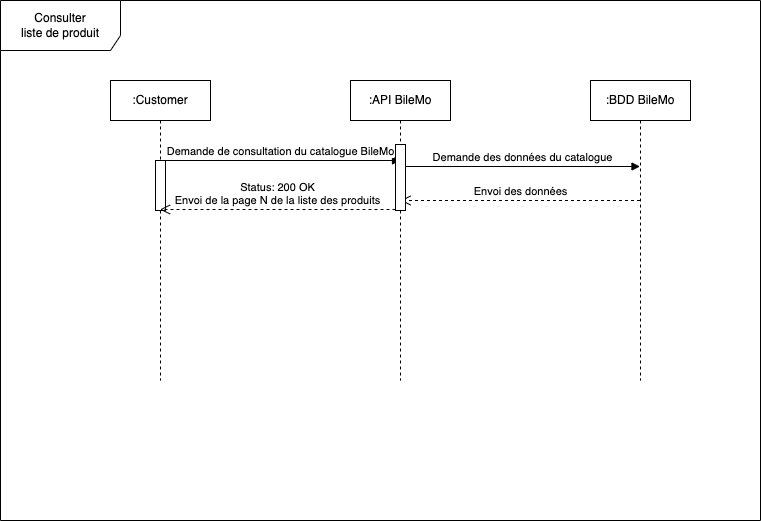
Earlier version of the draw.io export _UML/D.sq_consultation_liste_de_produit_BileMo.drawio.png (Fossette7/bilemo). Source tidied: cells renumbered, new cells last; positions are measured from the earlier drawing's top-left corner, leaving out a move shared by most shapes.
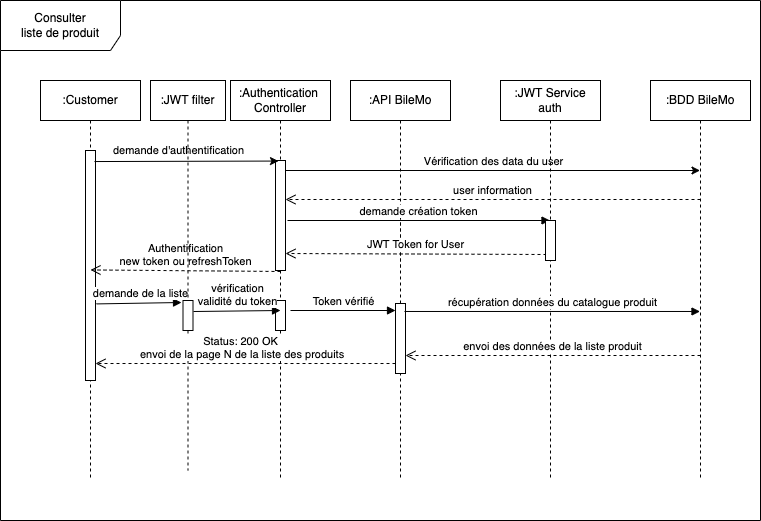
Above is the later version.

What changed in the source:
```diff
@@ -6,45 +6,113 @@
       <mxGeometry width="760" height="520" as="geometry" />
     </mxCell>
     <mxCell id="3" value=":Customer" style="shape=umlLifeline;perimeter=lifelinePerimeter;whiteSpace=wrap;html=1;outlineConnect=0;" parent="1" vertex="1">
-      <mxGeometry x="110" y="80" width="100" height="300" as="geometry" />
+      <mxGeometry x="40" y="80" width="100" height="400" as="geometry" />
     </mxCell>
     <mxCell id="4" style="html=1;points=[];perimeter=orthogonalPerimeter;" parent="3" vertex="1">
-      <mxGeometry x="45" y="80" width="10" height="50" as="geometry" />
+      <mxGeometry x="45" y="70" width="10" height="230" as="geometry" />
     </mxCell>
+    <mxCell id="13" value="demande de la liste" style="html=1;verticalAlign=bottom;endArrow=block;rounded=0;exitX=1.1;exitY=0.667;exitDx=0;exitDy=0;exitPerimeter=0;" parent="3" edge="1">
+      <mxGeometry x="0.04" y="1" relative="1" as="geometry">
+        <mxPoint x="56" y="223.4" as="sourcePoint" />
+        <mxPoint x="141" y="222" as="targetPoint" />
+      </mxGeometry>
+    </mxCell>
     <mxCell id="5" value=":API BileMo" style="shape=umlLifeline;perimeter=lifelinePerimeter;whiteSpace=wrap;html=1;" parent="1" vertex="1">
-      <mxGeometry x="350" y="80" width="100" height="300" as="geometry" />
+      <mxGeometry x="350" y="80" width="100" height="400" as="geometry" />
     </mxCell>
-    <mxCell id="6" value="Demande des données du catalogue" style="html=1;verticalAlign=bottom;endArrow=block;rounded=0;" parent="5" edge="1" source="11">
-      <mxGeometry relative="1" as="geometry">
-        <mxPoint x="289.5" y="86" as="targetPoint" />
-      </mxGeometry>
-    </mxCell>
-    <mxCell id="7" value="Envoi des données" style="html=1;verticalAlign=bottom;endArrow=open;dashed=1;endSize=8;rounded=0;" parent="5" edge="1" source="8">
-      <mxGeometry relative="1" as="geometry">
-        <mxPoint x="50" y="120" as="targetPoint" />
-      </mxGeometry>
-    </mxCell>
+    <mxCell id="14" style="html=1;points=[];perimeter=orthogonalPerimeter;" parent="5" vertex="1">
+      <mxGeometry x="45" y="223" width="10" height="70" as="geometry" />
+    </mxCell>
     <mxCell id="8" value=":BDD BileMo" style="shape=umlLifeline;perimeter=lifelinePerimeter;whiteSpace=wrap;html=1;outlineConnect=0;" parent="1" vertex="1">
-      <mxGeometry x="590" y="80" width="100" height="300" as="geometry" />
+      <mxGeometry x="650" y="80" width="100" height="400" as="geometry" />
     </mxCell>
-    <mxCell id="9" value="Demande de consultation du catalogue BileMo" style="html=1;verticalAlign=bottom;endArrow=block;rounded=0;" parent="1" edge="1" source="3">
-      <mxGeometry relative="1" as="geometry">
-        <mxPoint x="400" y="160" as="targetPoint" />
-      </mxGeometry>
-    </mxCell>
-    <mxCell id="10" value="Status: 200 OK&lt;br&gt;Envoi de la page N de la liste des produits" style="html=1;verticalAlign=bottom;endArrow=open;dashed=1;endSize=8;rounded=0;startArrow=none;" parent="1" edge="1">
-      <mxGeometry relative="1" as="geometry">
-        <mxPoint x="395" y="209" as="sourcePoint" />
-        <mxPoint x="159.5" y="209" as="targetPoint" />
-      </mxGeometry>
-    </mxCell>
-    <mxCell id="11" style="html=1;points=[];perimeter=orthogonalPerimeter;" parent="1" vertex="1">
-      <mxGeometry x="395" y="144" width="10" height="66" as="geometry" />
-    </mxCell>
-    <mxCell id="12" style="html=1;verticalAlign=bottom;endArrow=none;dashed=1;endSize=8;rounded=0;" parent="1" edge="1" target="11">
+    <mxCell id="12" style="html=1;verticalAlign=bottom;endArrow=none;dashed=1;endSize=8;rounded=0;" parent="1" edge="1">
       <mxGeometry relative="1" as="geometry">
         <mxPoint x="400" y="210" as="sourcePoint" />
+        <mxPoint x="400" y="270" as="targetPoint" />
       </mxGeometry>
     </mxCell>
+    <mxCell id="15" value=":Authentication&amp;nbsp;&lt;br&gt;Controller" style="shape=umlLifeline;perimeter=lifelinePerimeter;whiteSpace=wrap;html=1;" parent="1" vertex="1">
+      <mxGeometry x="230" y="80" width="100" height="400" as="geometry" />
+    </mxCell>
+    <mxCell id="16" style="html=1;points=[];perimeter=orthogonalPerimeter;" parent="15" vertex="1">
+      <mxGeometry x="45" y="80" width="10" height="110" as="geometry" />
+    </mxCell>
+    <mxCell id="17" style="endArrow=classic;html=1;rounded=0;" parent="15" edge="1" target="8">
+      <mxGeometry relative="1" as="geometry">
+        <mxPoint x="55" y="90" as="sourcePoint" />
+      </mxGeometry>
+    </mxCell>
+    <mxCell id="18" value="Vérification des data du user" style="edgeLabel;html=1;align=center;verticalAlign=middle;" parent="17" vertex="1">
+      <mxGeometry relative="1" as="geometry">
+        <mxPoint y="-10" as="offset" />
+      </mxGeometry>
+    </mxCell>
+    <mxCell id="19" value="demande création token" style="html=1;verticalAlign=bottom;endArrow=block;rounded=0;" parent="15" edge="1" target="23">
+      <mxGeometry relative="1" as="geometry">
+        <mxPoint x="57" y="140" as="sourcePoint" />
+      </mxGeometry>
+    </mxCell>
+    <mxCell id="20" value="JWT Token for User" style="html=1;verticalAlign=bottom;endArrow=open;dashed=1;endSize=8;rounded=0;exitX=0.1;exitY=0.85;exitDx=0;exitDy=0;exitPerimeter=0;" parent="15" edge="1" source="24">
+      <mxGeometry relative="1" as="geometry">
+        <mxPoint x="55" y="173" as="targetPoint" />
+      </mxGeometry>
+    </mxCell>
+    <mxCell id="21" style="html=1;points=[];perimeter=orthogonalPerimeter;" parent="15" vertex="1">
+      <mxGeometry x="45" y="220" width="10" height="30" as="geometry" />
+    </mxCell>
+    <mxCell id="22" value="Token vérifié" style="html=1;verticalAlign=bottom;endArrow=block;rounded=0;entryX=0;entryY=0.1;entryDx=0;entryDy=0;entryPerimeter=0;" parent="15" edge="1" target="14">
+      <mxGeometry relative="1" as="geometry">
+        <mxPoint x="60" y="230" as="sourcePoint" />
+      </mxGeometry>
+    </mxCell>
+    <mxCell id="23" value=":JWT Service&lt;br&gt;auth" style="shape=umlLifeline;perimeter=lifelinePerimeter;whiteSpace=wrap;html=1;outlineConnect=0;" parent="1" vertex="1">
+      <mxGeometry x="500" y="80" width="100" height="400" as="geometry" />
+    </mxCell>
+    <mxCell id="24" style="html=1;points=[];perimeter=orthogonalPerimeter;" parent="23" vertex="1">
+      <mxGeometry x="45" y="140" width="10" height="40" as="geometry" />
+    </mxCell>
+    <mxCell id="25" style="endArrow=classic;html=1;rounded=0;entryX=0.3;entryY=0.005;entryDx=0;entryDy=0;entryPerimeter=0;exitX=0.9;exitY=0.048;exitDx=0;exitDy=0;exitPerimeter=0;" parent="1" edge="1" source="4" target="16">
+      <mxGeometry relative="1" as="geometry" />
+    </mxCell>
+    <mxCell id="26" value="demande d'authentification" style="edgeLabel;html=1;align=center;verticalAlign=middle;" parent="25" vertex="1">
+      <mxGeometry x="-0.2" y="-3" relative="1" as="geometry">
+        <mxPoint x="9" y="-14" as="offset" />
+      </mxGeometry>
+    </mxCell>
+    <mxCell id="27" value="user information" style="html=1;verticalAlign=bottom;endArrow=open;dashed=1;endSize=8;rounded=0;" parent="1" edge="1" target="16">
+      <mxGeometry relative="1" as="geometry">
+        <mxPoint x="700" y="199" as="sourcePoint" />
+      </mxGeometry>
+    </mxCell>
+    <mxCell id="28" value="Authentification&lt;br&gt;new token ou refreshToken" style="html=1;verticalAlign=bottom;endArrow=open;dashed=1;endSize=8;rounded=0;entryX=0.9;entryY=0.576;entryDx=0;entryDy=0;entryPerimeter=0;exitX=0.5;exitY=1.009;exitDx=0;exitDy=0;exitPerimeter=0;" parent="1" edge="1" source="16">
+      <mxGeometry relative="1" as="geometry">
+        <mxPoint x="90" y="269.4" as="targetPoint" />
+      </mxGeometry>
+    </mxCell>
+    <mxCell id="29" value=":JWT filter" style="shape=umlLifeline;perimeter=lifelinePerimeter;whiteSpace=wrap;html=1;" parent="1" vertex="1">
+      <mxGeometry x="150" y="80" width="75" height="390" as="geometry" />
+    </mxCell>
+    <mxCell id="30" style="html=1;points=[];perimeter=orthogonalPerimeter;" parent="29" vertex="1">
+      <mxGeometry x="32.5" y="220" width="10" height="30" as="geometry" />
+    </mxCell>
+    <mxCell id="31" value="envoi des données de la liste produit" style="html=1;verticalAlign=bottom;endArrow=open;dashed=1;endSize=8;rounded=0;" parent="1" edge="1">
+      <mxGeometry relative="1" as="geometry">
+        <mxPoint x="700" y="355" as="sourcePoint" />
+        <mxPoint x="405" y="355" as="targetPoint" />
+      </mxGeometry>
+    </mxCell>
+    <mxCell id="32" value="récupération données du catalogue produit" style="html=1;verticalAlign=bottom;endArrow=block;rounded=0;exitX=0.9;exitY=0.114;exitDx=0;exitDy=0;exitPerimeter=0;" parent="1" edge="1" source="14" target="8">
+      <mxGeometry relative="1" as="geometry" />
+    </mxCell>
+    <mxCell id="33" value="Status: 200 OK&lt;br&gt;&amp;nbsp;envoi de la page N de la liste des produits" style="html=1;verticalAlign=bottom;endArrow=open;dashed=1;endSize=8;rounded=0;exitX=0;exitY=0.543;exitDx=0;exitDy=0;exitPerimeter=0;" parent="1" edge="1">
+      <mxGeometry x="0.03" relative="1" as="geometry">
+        <mxPoint x="395" y="363" as="sourcePoint" />
+        <mxPoint x="95" y="363" as="targetPoint" />
+      </mxGeometry>
+    </mxCell>
+    <mxCell id="34" value="vérification&lt;br&gt;validité du token" style="html=1;verticalAlign=bottom;endArrow=block;rounded=0;entryX=0.5;entryY=0.333;entryDx=0;entryDy=0;entryPerimeter=0;exitX=1.05;exitY=0.367;exitDx=0;exitDy=0;exitPerimeter=0;" parent="1" edge="1" source="30" target="21">
+      <mxGeometry relative="1" as="geometry" />
+    </mxCell>
   </root>
 </mxGraphModel>
```
